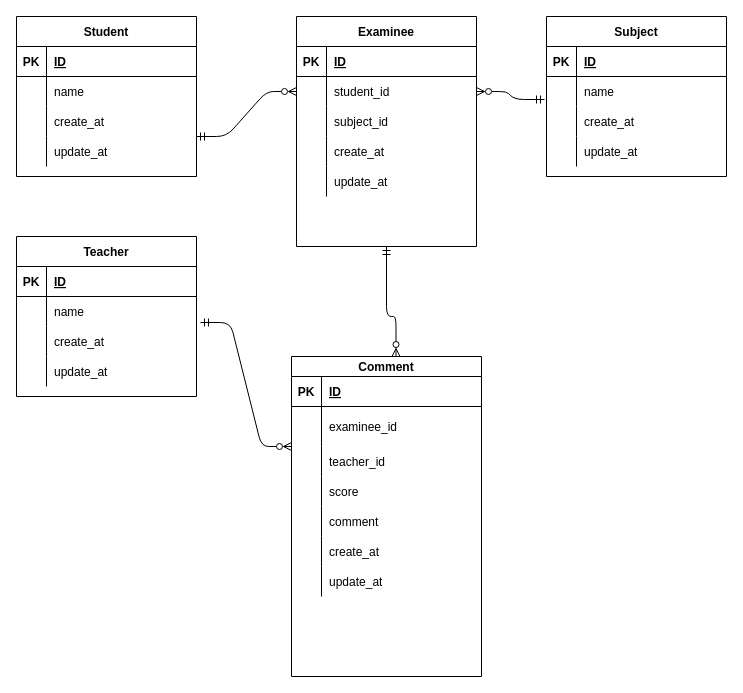
ctphx936/20220924fujita keeps this draw.io diagram as TestResults.drawio. Above is the earlier version. Source tidied: cells renumbered, new cells numbered last; positions are measured from the earlier drawing's top-left corner, leaving out a move shared by most shapes. Both pictures are drawn from the tidied source at 100%, with x=0, y=0 at pixel (16, 16).
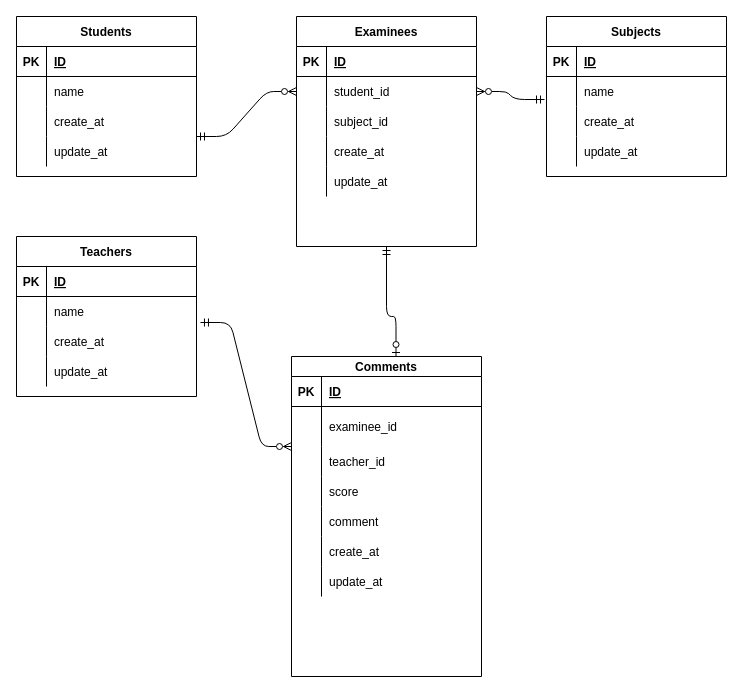
After the change.

What changed in the source:
```diff
@@
-    <mxCell id="2" value="Student" style="shape=table;startSize=30;childLayout=tableLayout;rowLines=0;fontStyle=1;align=center;" parent="1" vertex="1">
+    <mxCell id="2" value="Students" style="shape=table;startSize=30;childLayout=tableLayout;rowLines=0;fontStyle=1;align=center;" parent="1" vertex="1">
       <mxGeometry width="180" height="160" as="geometry" />
     </mxCell>
@@
-    <mxCell id="15" value="Teacher" style="shape=table;startSize=30;childLayout=tableLayout;rowLines=0;fontStyle=1;align=center;" parent="1" vertex="1">
+    <mxCell id="15" value="Teachers" style="shape=table;startSize=30;childLayout=tableLayout;rowLines=0;fontStyle=1;align=center;" parent="1" vertex="1">
       <mxGeometry y="220" width="180" height="160" as="geometry" />
     </mxCell>
@@
-    <mxCell id="28" value="Subject" style="shape=table;startSize=30;childLayout=tableLayout;rowLines=0;fontStyle=1;align=center;" parent="1" vertex="1">
+    <mxCell id="28" value="Subjects" style="shape=table;startSize=30;childLayout=tableLayout;rowLines=0;fontStyle=1;align=center;" parent="1" vertex="1">
       <mxGeometry x="530" width="180" height="160" as="geometry" />
     </mxCell>
@@
-    <mxCell id="41" value="Comment" style="shape=table;startSize=20;childLayout=tableLayout;rowLines=0;fontStyle=1;align=center;" parent="1" vertex="1">
+    <mxCell id="41" value="Comments" style="shape=table;startSize=20;childLayout=tableLayout;rowLines=0;fontStyle=1;align=center;" parent="1" vertex="1">
       <mxGeometry x="275" y="340" width="190" height="320" as="geometry" />
     </mxCell>
@@
-    <mxCell id="63" value="Examinee" style="shape=table;startSize=30;childLayout=tableLayout;rowLines=0;fontStyle=1;align=center;" parent="1" vertex="1">
+    <mxCell id="63" value="Examinees" style="shape=table;startSize=30;childLayout=tableLayout;rowLines=0;fontStyle=1;align=center;" parent="1" vertex="1">
       <mxGeometry x="280" width="180" height="230" as="geometry" />
     </mxCell>
@@
-    <mxCell id="82" style="fontSize=12;html=1;endArrow=ERzeroToMany;startArrow=ERmandOne;exitX=0.5;exitY=1;exitDx=0;exitDy=0;endFill=0;entryX=0.55;entryY=0;entryDx=0;entryDy=0;entryPerimeter=0;edgeStyle=elbowEdgeStyle;elbow=vertical;" parent="1" edge="1" source="63" target="41">
+    <mxCell id="82" style="fontSize=12;html=1;endArrow=ERzeroToOne;startArrow=ERmandOne;exitX=0.5;exitY=1;exitDx=0;exitDy=0;endFill=0;entryX=0.55;entryY=0;entryDx=0;entryDy=0;entryPerimeter=0;edgeStyle=elbowEdgeStyle;elbow=vertical;" parent="1" edge="1" source="63" target="41">
       <mxGeometry relative="1" as="geometry">
         <Array as="points">
           <mxPoint x="380" y="300" />
         </Array>
       </mxGeometry>
     </mxCell>
```
